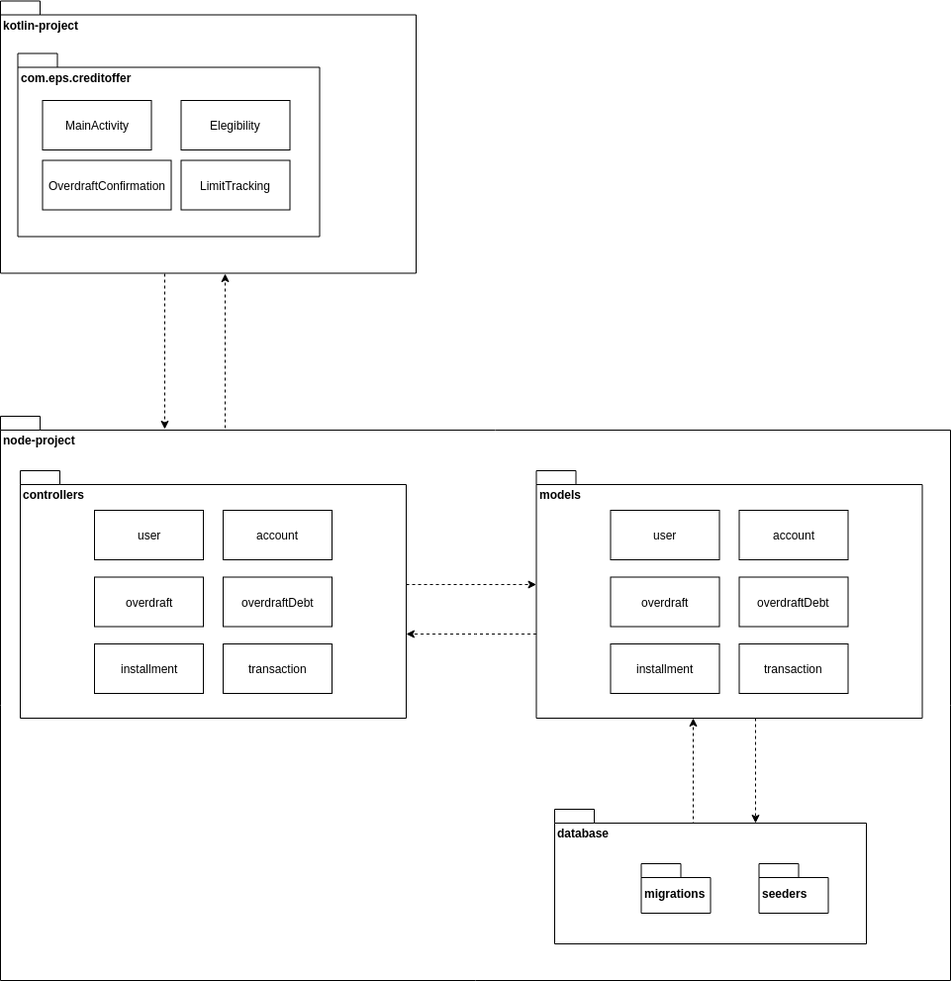
Earlier version of the draw.io export images/packages_diagram.png (fga-eps-mds/2019.2-Over26). Source tidied: cells renumbered, new cells last; positions are measured from the earlier drawing's top-left corner, leaving out a move shared by most shapes.
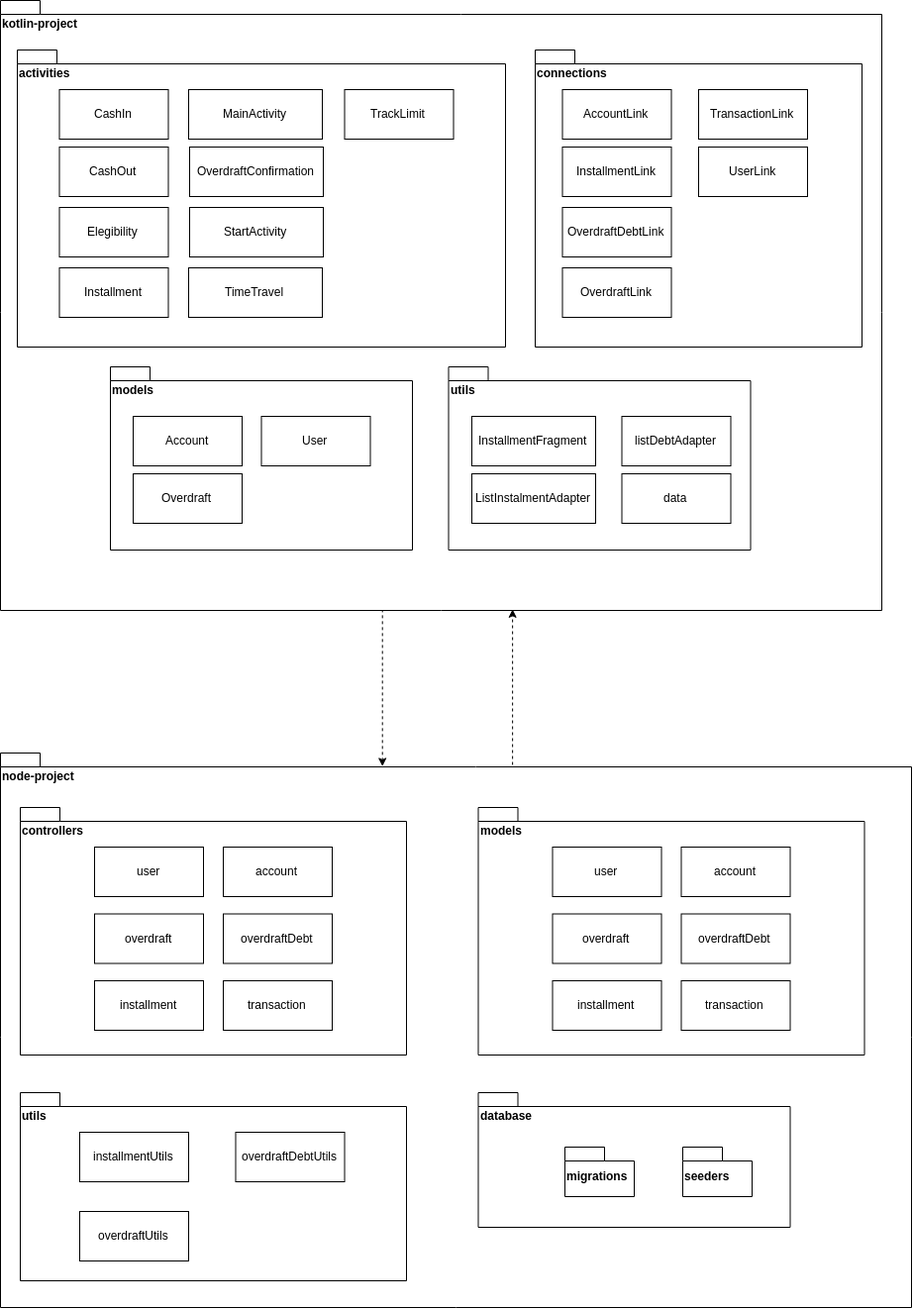
After the commit.

Diff of the diagram source:
```diff
@@ -4,79 +4,53 @@
     <mxCell id="1" parent="0" />
     <mxCell id="2" style="edgeStyle=orthogonalEdgeStyle;rounded=0;orthogonalLoop=1;jettySize=auto;html=1;dashed=1;exitX=0.214;exitY=0.021;exitDx=0;exitDy=0;exitPerimeter=0;" parent="1" edge="1">
       <mxGeometry relative="1" as="geometry">
-        <mxPoint x="226.7" y="432" as="sourcePoint" />
-        <mxPoint x="226.7" y="275.5" as="targetPoint" />
+        <mxPoint x="516.7" y="432" as="sourcePoint" />
+        <mxPoint x="516.7" y="275.5" as="targetPoint" />
         <Array as="points">
-          <mxPoint x="227" y="350" />
-          <mxPoint x="227" y="350" />
+          <mxPoint x="517" y="350" />
+          <mxPoint x="517" y="350" />
         </Array>
       </mxGeometry>
     </mxCell>
     <mxCell id="3" value="node-project" style="shape=folder;fontStyle=1;spacingTop=10;tabWidth=40;tabHeight=14;tabPosition=left;html=1;align=left;verticalAlign=top;" parent="1" vertex="1">
-      <mxGeometry y="420" width="960" height="570" as="geometry" />
+      <mxGeometry y="420" width="920" height="560" as="geometry" />
     </mxCell>
-    <mxCell id="4" style="edgeStyle=orthogonalEdgeStyle;rounded=0;jettySize=auto;html=1;dashed=1;" parent="1" edge="1" source="5" target="8">
-      <mxGeometry relative="1" as="geometry">
-        <Array as="points">
-          <mxPoint x="470" y="590" />
-          <mxPoint x="470" y="590" />
-        </Array>
-      </mxGeometry>
-    </mxCell>
     <mxCell id="5" value="controllers" style="shape=folder;fontStyle=1;spacingTop=10;tabWidth=40;tabHeight=14;tabPosition=left;html=1;align=left;verticalAlign=top;" parent="1" vertex="1">
       <mxGeometry x="20" y="475" width="390" height="250" as="geometry" />
     </mxCell>
-    <mxCell id="6" style="rounded=0;orthogonalLoop=1;jettySize=auto;html=1;dashed=1;edgeStyle=orthogonalEdgeStyle;entryX=0.676;entryY=0.1;entryDx=0;entryDy=0;entryPerimeter=0;" parent="1" edge="1">
-      <mxGeometry relative="1" as="geometry">
-        <mxPoint x="762.9" y="725" as="sourcePoint" />
-        <mxPoint x="762.9" y="830.6" as="targetPoint" />
-        <Array as="points">
-          <mxPoint x="763" y="790" />
-          <mxPoint x="763" y="790" />
-        </Array>
-      </mxGeometry>
-    </mxCell>
-    <mxCell id="7" style="edgeStyle=orthogonalEdgeStyle;rounded=0;jettySize=auto;html=1;dashed=1;" parent="1" edge="1" source="8" target="5">
-      <mxGeometry relative="1" as="geometry">
-        <Array as="points">
-          <mxPoint x="480" y="640" />
-          <mxPoint x="480" y="640" />
-        </Array>
-      </mxGeometry>
-    </mxCell>
     <mxCell id="8" value="models" style="shape=folder;fontStyle=1;spacingTop=10;tabWidth=40;tabHeight=14;tabPosition=left;html=1;align=left;verticalAlign=top;" parent="1" vertex="1">
-      <mxGeometry x="541.5" y="475" width="390" height="250" as="geometry" />
+      <mxGeometry x="482.5" y="475" width="390" height="250" as="geometry" />
     </mxCell>
     <mxCell id="9" value="user" style="html=1;" parent="1" vertex="1">
-      <mxGeometry x="616.5" y="515" width="110" height="50" as="geometry" />
+      <mxGeometry x="557.5" y="515" width="110" height="50" as="geometry" />
     </mxCell>
     <mxCell id="10" value="account" style="html=1;" parent="1" vertex="1">
-      <mxGeometry x="746.5" y="515" width="110" height="50" as="geometry" />
+      <mxGeometry x="687.5" y="515" width="110" height="50" as="geometry" />
     </mxCell>
     <mxCell id="11" value="installment" style="html=1;" parent="1" vertex="1">
-      <mxGeometry x="616.5" y="650" width="110" height="50" as="geometry" />
+      <mxGeometry x="557.5" y="650" width="110" height="50" as="geometry" />
     </mxCell>
     <mxCell id="12" value="overdraft" style="html=1;" parent="1" vertex="1">
-      <mxGeometry x="616.5" y="582.5" width="110" height="50" as="geometry" />
+      <mxGeometry x="557.5" y="582.5" width="110" height="50" as="geometry" />
     </mxCell>
     <mxCell id="13" value="overdraftDebt" style="html=1;" parent="1" vertex="1">
-      <mxGeometry x="746.5" y="582.5" width="110" height="50" as="geometry" />
+      <mxGeometry x="687.5" y="582.5" width="110" height="50" as="geometry" />
     </mxCell>
     <mxCell id="14" value="transaction" style="html=1;" parent="1" vertex="1">
-      <mxGeometry x="746.5" y="650" width="110" height="50" as="geometry" />
+      <mxGeometry x="687.5" y="650" width="110" height="50" as="geometry" />
     </mxCell>
     <mxCell id="15" style="edgeStyle=orthogonalEdgeStyle;rounded=0;orthogonalLoop=1;jettySize=auto;html=1;dashed=1;entryX=0.412;entryY=0.024;entryDx=0;entryDy=0;entryPerimeter=0;" parent="1" edge="1">
       <mxGeometry relative="1" as="geometry">
-        <mxPoint x="165.7" y="275.5" as="sourcePoint" />
-        <mxPoint x="165.7" y="433.4" as="targetPoint" />
+        <mxPoint x="385.7" y="275.5" as="sourcePoint" />
+        <mxPoint x="385.7" y="433.4" as="targetPoint" />
         <Array as="points">
-          <mxPoint x="166" y="310" />
-          <mxPoint x="166" y="310" />
+          <mxPoint x="386" y="310" />
+          <mxPoint x="386" y="310" />
         </Array>
       </mxGeometry>
     </mxCell>
     <mxCell id="16" value="kotlin-project" style="shape=folder;fontStyle=1;spacingTop=10;tabWidth=40;tabHeight=14;tabPosition=left;html=1;align=left;verticalAlign=top;" parent="1" vertex="1">
-      <mxGeometry y="0.5" width="420" height="275" as="geometry" />
+      <mxGeometry y="-340" width="890" height="616" as="geometry" />
     </mxCell>
     <mxCell id="17" value="user" style="html=1;" parent="1" vertex="1">
       <mxGeometry x="95" y="515" width="110" height="50" as="geometry" />
@@ -96,36 +70,104 @@
     <mxCell id="22" value="transaction" style="html=1;" parent="1" vertex="1">
       <mxGeometry x="225" y="650" width="110" height="50" as="geometry" />
     </mxCell>
-    <mxCell id="23" style="edgeStyle=orthogonalEdgeStyle;rounded=0;jettySize=auto;html=1;dashed=1;exitX=0.29;exitY=0.11;exitDx=0;exitDy=0;exitPerimeter=0;" parent="1" edge="1" source="24" target="8">
-      <mxGeometry relative="1" as="geometry">
-        <Array as="points">
-          <mxPoint x="700" y="832" />
-        </Array>
-      </mxGeometry>
-    </mxCell>
     <mxCell id="24" value="database" style="shape=folder;fontStyle=1;spacingTop=10;tabWidth=40;tabHeight=14;tabPosition=left;html=1;align=left;verticalAlign=top;" parent="1" vertex="1">
-      <mxGeometry x="560" y="817" width="315" height="136" as="geometry" />
+      <mxGeometry x="482.5" y="763" width="315" height="136" as="geometry" />
     </mxCell>
     <mxCell id="25" value="migrations" style="shape=folder;fontStyle=1;spacingTop=10;tabWidth=40;tabHeight=14;tabPosition=left;html=1;align=left;" parent="1" vertex="1">
-      <mxGeometry x="647.5" y="872" width="70" height="50" as="geometry" />
+      <mxGeometry x="570" y="818" width="70" height="50" as="geometry" />
     </mxCell>
     <mxCell id="26" value="seeders" style="shape=folder;fontStyle=1;spacingTop=10;tabWidth=40;tabHeight=14;tabPosition=left;html=1;align=left;" parent="1" vertex="1">
-      <mxGeometry x="766.5" y="872" width="70" height="50" as="geometry" />
+      <mxGeometry x="689" y="818" width="70" height="50" as="geometry" />
     </mxCell>
-    <mxCell id="27" value="com.eps.creditoffer" style="shape=folder;fontStyle=1;spacingTop=10;tabWidth=40;tabHeight=14;tabPosition=left;html=1;align=left;verticalAlign=top;" parent="1" vertex="1">
-      <mxGeometry x="17.5" y="53.5" width="305" height="185" as="geometry" />
+    <mxCell id="27" value="activities" style="shape=folder;fontStyle=1;spacingTop=10;tabWidth=40;tabHeight=14;tabPosition=left;html=1;align=left;verticalAlign=top;" parent="1" vertex="1">
+      <mxGeometry x="17" y="-290" width="493" height="300" as="geometry" />
     </mxCell>
-    <mxCell id="28" value="MainActivity" style="html=1;align=center;" parent="1" vertex="1">
-      <mxGeometry x="42.5" y="101" width="110" height="50" as="geometry" />
-    </mxCell>
+    <mxCell id="32" value="utils" style="shape=folder;fontStyle=1;spacingTop=10;tabWidth=40;tabHeight=14;tabPosition=left;html=1;align=left;verticalAlign=top;" parent="1" vertex="1">
+      <mxGeometry x="20" y="763" width="390" height="190" as="geometry" />
+    </mxCell>
+    <mxCell id="33" value="installmentUtils" style="html=1;" parent="1" vertex="1">
+      <mxGeometry x="80" y="803" width="110" height="50" as="geometry" />
+    </mxCell>
+    <mxCell id="34" value="overdraftDebtUtils" style="html=1;" parent="1" vertex="1">
+      <mxGeometry x="237.5" y="803" width="110" height="50" as="geometry" />
+    </mxCell>
+    <mxCell id="35" value="overdraftUtils" style="html=1;" parent="1" vertex="1">
+      <mxGeometry x="80" y="883" width="110" height="50" as="geometry" />
+    </mxCell>
+    <mxCell id="36" value="connections" style="shape=folder;fontStyle=1;spacingTop=10;tabWidth=40;tabHeight=14;tabPosition=left;html=1;align=left;verticalAlign=top;" parent="1" vertex="1">
+      <mxGeometry x="540" y="-290" width="330" height="300" as="geometry" />
+    </mxCell>
+    <mxCell id="37" value="models" style="shape=folder;fontStyle=1;spacingTop=10;tabWidth=40;tabHeight=14;tabPosition=left;html=1;align=left;verticalAlign=top;" parent="1" vertex="1">
+      <mxGeometry x="111" y="30" width="305" height="185" as="geometry" />
+    </mxCell>
+    <mxCell id="38" value="CashIn" style="html=1;" parent="1" vertex="1">
+      <mxGeometry x="59.5" y="-250" width="110" height="50" as="geometry" />
+    </mxCell>
+    <mxCell id="39" value="CashOut" style="html=1;" parent="1" vertex="1">
+      <mxGeometry x="59.5" y="-192" width="110" height="50" as="geometry" />
+    </mxCell>
-    <mxCell id="29" value="Elegibility" style="html=1;align=center;" parent="1" vertex="1">
-      <mxGeometry x="182.5" y="101" width="110" height="50" as="geometry" />
+    <mxCell id="29" value="Elegibility" style="html=1;" parent="1" vertex="1">
+      <mxGeometry x="59.5" y="-131" width="110" height="50" as="geometry" />
     </mxCell>
-    <mxCell id="30" value="OverdraftConfirmation" style="html=1;align=center;" parent="1" vertex="1">
-      <mxGeometry x="42.5" y="161.5" width="130" height="50" as="geometry" />
+    <mxCell id="30" value="OverdraftConfirmation" style="html=1;" parent="1" vertex="1">
+      <mxGeometry x="191" y="-192" width="135" height="50" as="geometry" />
     </mxCell>
-    <mxCell id="31" value="LimitTracking" style="html=1;align=center;" parent="1" vertex="1">
-      <mxGeometry x="182.5" y="161.5" width="110" height="50" as="geometry" />
-    </mxCell>
+    <mxCell id="40" value="StartActivity" style="html=1;" parent="1" vertex="1">
+      <mxGeometry x="191" y="-131" width="135" height="50" as="geometry" />
+    </mxCell>
+    <mxCell id="41" value="TimeTravel" style="html=1;" parent="1" vertex="1">
+      <mxGeometry x="190" y="-70" width="135" height="50" as="geometry" />
+    </mxCell>
+    <mxCell id="42" value="Installment" style="html=1;" parent="1" vertex="1">
+      <mxGeometry x="59.5" y="-70" width="110" height="50" as="geometry" />
+    </mxCell>
+    <mxCell id="28" value="MainActivity" style="html=1;" parent="1" vertex="1">
+      <mxGeometry x="190" y="-250" width="135" height="50" as="geometry" />
+    </mxCell>
+    <mxCell id="43" value="TrackLimit" style="html=1;" parent="1" vertex="1">
+      <mxGeometry x="347.5" y="-250" width="110" height="50" as="geometry" />
+    </mxCell>
+    <mxCell id="44" value="AccountLink" style="html=1;" parent="1" vertex="1">
+      <mxGeometry x="567.5" y="-250" width="110" height="50" as="geometry" />
+    </mxCell>
+    <mxCell id="45" value="InstallmentLink" style="html=1;" parent="1" vertex="1">
+      <mxGeometry x="567.5" y="-192" width="110" height="50" as="geometry" />
+    </mxCell>
+    <mxCell id="46" value="OverdraftDebtLink" style="html=1;" parent="1" vertex="1">
+      <mxGeometry x="567.5" y="-131" width="110" height="50" as="geometry" />
+    </mxCell>
+    <mxCell id="47" value="OverdraftLink" style="html=1;" parent="1" vertex="1">
+      <mxGeometry x="567.5" y="-70" width="110" height="50" as="geometry" />
+    </mxCell>
+    <mxCell id="48" value="TransactionLink" style="html=1;" parent="1" vertex="1">
+      <mxGeometry x="705" y="-250" width="110" height="50" as="geometry" />
+    </mxCell>
+    <mxCell id="49" value="UserLink" style="html=1;" parent="1" vertex="1">
+      <mxGeometry x="705" y="-192" width="110" height="50" as="geometry" />
+    </mxCell>
+    <mxCell id="50" value="Account" style="html=1;" parent="1" vertex="1">
+      <mxGeometry x="134" y="80" width="110" height="50" as="geometry" />
+    </mxCell>
+    <mxCell id="51" value="Overdraft" style="html=1;" parent="1" vertex="1">
+      <mxGeometry x="134" y="138" width="110" height="50" as="geometry" />
+    </mxCell>
+    <mxCell id="52" value="User" style="html=1;" parent="1" vertex="1">
+      <mxGeometry x="263.5" y="80" width="110" height="50" as="geometry" />
+    </mxCell>
+    <mxCell id="53" value="utils" style="shape=folder;fontStyle=1;spacingTop=10;tabWidth=40;tabHeight=14;tabPosition=left;html=1;align=left;verticalAlign=top;" parent="1" vertex="1">
+      <mxGeometry x="452.5" y="30" width="305" height="185" as="geometry" />
+    </mxCell>
+    <mxCell id="54" value="InstallmentFragment" style="html=1;" parent="1" vertex="1">
+      <mxGeometry x="476" y="80" width="125" height="50" as="geometry" />
+    </mxCell>
+    <mxCell id="55" value="ListInstalmentAdapter" style="html=1;" parent="1" vertex="1">
+      <mxGeometry x="476" y="138" width="125" height="50" as="geometry" />
+    </mxCell>
+    <mxCell id="56" value="listDebtAdapter" style="html=1;" parent="1" vertex="1">
+      <mxGeometry x="627.5" y="80" width="110" height="50" as="geometry" />
+    </mxCell>
+    <mxCell id="57" value="data" style="html=1;" parent="1" vertex="1">
+      <mxGeometry x="627.5" y="138" width="110" height="50" as="geometry" />
+    </mxCell>
   </root>
 </mxGraphModel>
```
